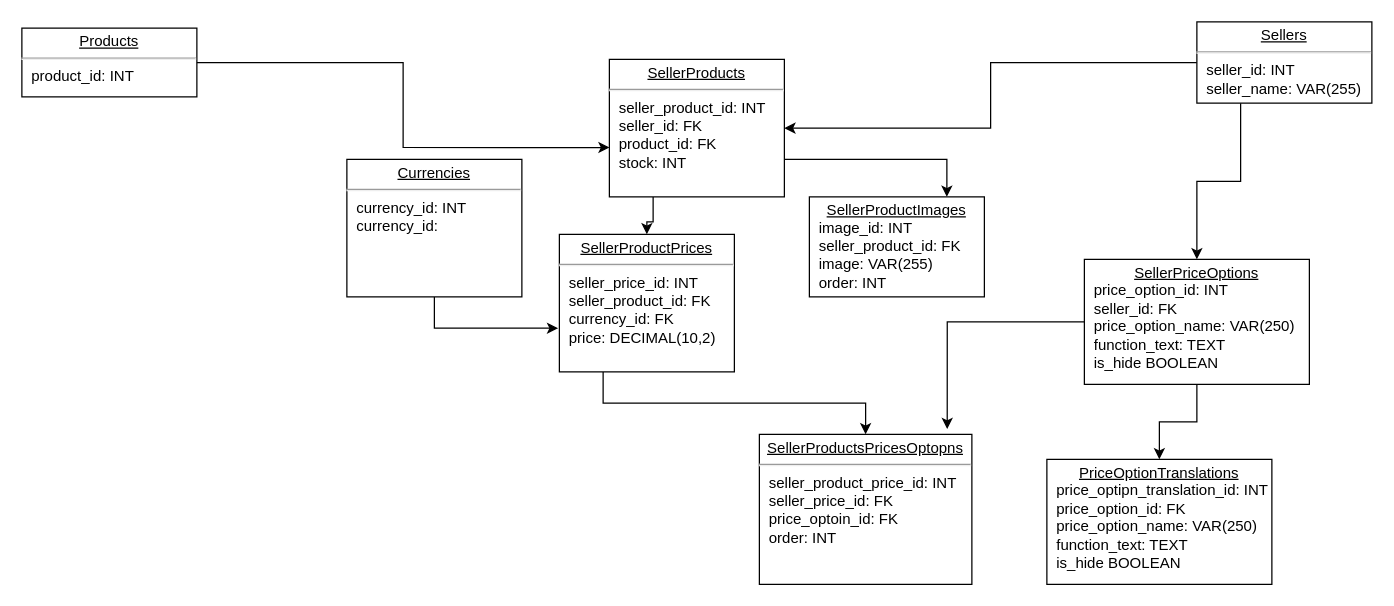
The draw.io diagram Диаграмма без названия.drawio in vinter-man/db_draw_io, before the edit. Source tidied: cells renumbered, new cells numbered last; positions are measured from the earlier drawing's top-left corner, leaving out a move shared by most shapes. Both pictures are drawn from the tidied source at 125%, with x=0, y=0 at pixel (21, 21).
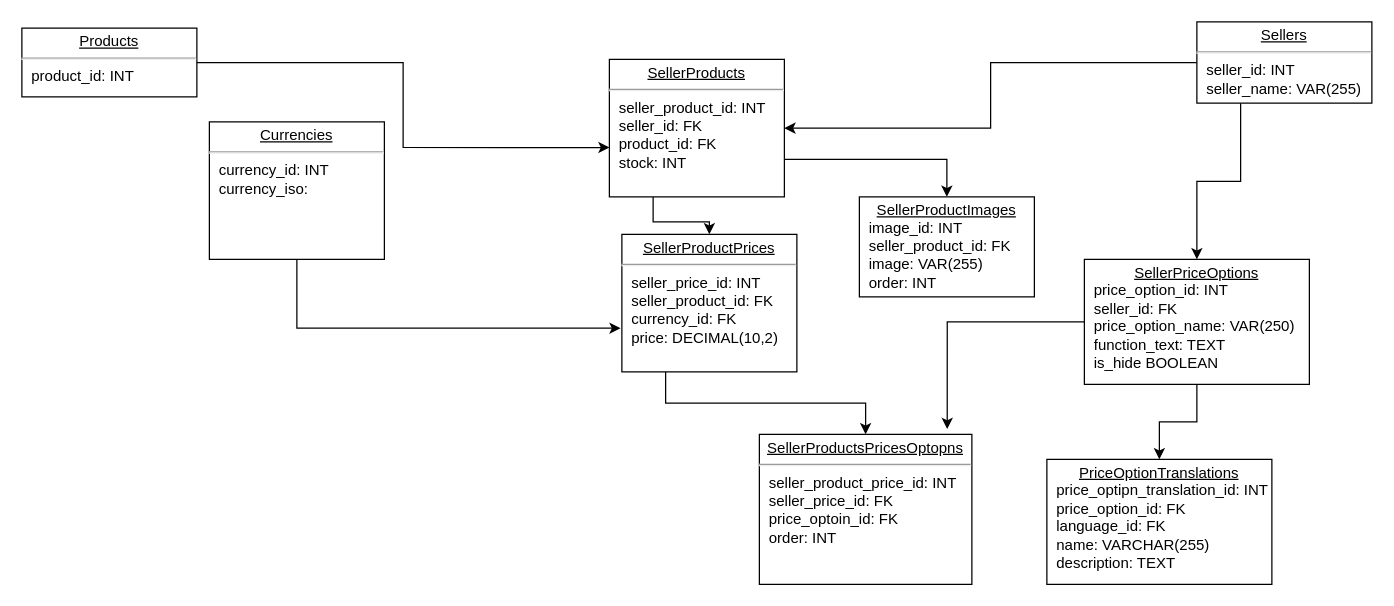
The same diagram, later.

Commit message:
price options

Change to the diagram source:
```diff
@@
     <mxCell id="9" value="&lt;p style=&quot;margin: 0px ; margin-top: 4px ; text-align: center ; text-decoration: underline&quot;&gt;SellerProductImages&lt;/p&gt;&lt;p style=&quot;margin: 0px ; margin-left: 8px&quot;&gt;image_id: INT&lt;/p&gt;&lt;p style=&quot;margin: 0px ; margin-left: 8px&quot;&gt;seller_product_id: FK&lt;/p&gt;&lt;p style=&quot;margin: 0px ; margin-left: 8px&quot;&gt;image: VAR(255)&lt;/p&gt;&lt;p style=&quot;margin: 0px ; margin-left: 8px&quot;&gt;order: INT&lt;br&gt;&lt;/p&gt;&lt;p style=&quot;margin: 0px ; margin-left: 8px&quot;&gt;&lt;br&gt;&lt;/p&gt;" style="verticalAlign=top;align=left;overflow=fill;fontSize=12;fontFamily=Helvetica;html=1;rounded=0;shadow=0;comic=0;labelBackgroundColor=none;strokeWidth=1;" parent="1" vertex="1">
-      <mxGeometry x="630" y="140" width="140" height="80" as="geometry" />
+      <mxGeometry x="670" y="140" width="140" height="80" as="geometry" />
     </mxCell>
@@
-    <mxCell id="12" value="&lt;p style=&quot;margin: 0px ; margin-top: 4px ; text-align: center ; text-decoration: underline&quot;&gt;PriceOptionTranslations&lt;/p&gt;&lt;p style=&quot;margin: 0px ; margin-left: 8px&quot;&gt;price_optipn_translation_id: INT&lt;/p&gt;&lt;p style=&quot;margin: 0px ; margin-left: 8px&quot;&gt;price_option_id: FK&lt;/p&gt;&lt;p style=&quot;margin: 0px ; margin-left: 8px&quot;&gt;price_option_name: VAR(250)&lt;/p&gt;&lt;p style=&quot;margin: 0px ; margin-left: 8px&quot;&gt;function_text: TEXT&lt;br&gt;&lt;/p&gt;&lt;p style=&quot;margin: 0px ; margin-left: 8px&quot;&gt;is_hide BOOLEAN&lt;br&gt;&lt;/p&gt;&lt;p style=&quot;margin: 0px ; margin-left: 8px&quot;&gt;&lt;span style=&quot;font-family: &amp;quot;Helvetica Neue&amp;quot;; font-size: 13px;&quot;&gt;&amp;nbsp;&lt;/span&gt;&lt;/p&gt;&lt;p style=&quot;margin: 0px ; margin-left: 8px&quot;&gt;&lt;br&gt;&lt;/p&gt;&lt;p style=&quot;margin: 0px ; margin-left: 8px&quot;&gt;&lt;br&gt;&lt;/p&gt;" style="verticalAlign=top;align=left;overflow=fill;fontSize=12;fontFamily=Helvetica;html=1;rounded=0;shadow=0;comic=0;labelBackgroundColor=none;strokeWidth=1;" parent="1" vertex="1">
+    <mxCell id="12" value="&lt;p style=&quot;margin: 0px ; margin-top: 4px ; text-align: center ; text-decoration: underline&quot;&gt;PriceOptionTranslations&lt;/p&gt;&lt;p style=&quot;margin: 0px ; margin-left: 8px&quot;&gt;price_optipn_translation_id: INT&lt;/p&gt;&lt;p style=&quot;margin: 0px ; margin-left: 8px&quot;&gt;price_option_id: FK&lt;/p&gt;&lt;p style=&quot;margin: 0px ; margin-left: 8px&quot;&gt;language_id: FK&lt;/p&gt;&lt;p style=&quot;margin: 0px ; margin-left: 8px&quot;&gt;name: VARCHAR(255)&lt;br&gt;&lt;/p&gt;&lt;p style=&quot;margin: 0px ; margin-left: 8px&quot;&gt;description: TEXT&lt;br&gt;&lt;/p&gt;&lt;p style=&quot;margin: 0px ; margin-left: 8px&quot;&gt;&lt;span style=&quot;font-family: &amp;quot;Helvetica Neue&amp;quot;; font-size: 13px;&quot;&gt;&amp;nbsp;&lt;/span&gt;&lt;/p&gt;&lt;p style=&quot;margin: 0px ; margin-left: 8px&quot;&gt;&lt;br&gt;&lt;/p&gt;&lt;p style=&quot;margin: 0px ; margin-left: 8px&quot;&gt;&lt;br&gt;&lt;/p&gt;" style="verticalAlign=top;align=left;overflow=fill;fontSize=12;fontFamily=Helvetica;html=1;rounded=0;shadow=0;comic=0;labelBackgroundColor=none;strokeWidth=1;" parent="1" vertex="1">
       <mxGeometry x="820" y="350" width="180" height="100" as="geometry" />
     </mxCell>
@@
     <mxCell id="15" value="&lt;p style=&quot;margin: 0px ; margin-top: 4px ; text-align: center ; text-decoration: underline&quot;&gt;SellerProductPrices&lt;/p&gt;&lt;hr&gt;&lt;p style=&quot;margin: 0px ; margin-left: 8px&quot;&gt;seller_price_id: INT&lt;/p&gt;&lt;p style=&quot;margin: 0px ; margin-left: 8px&quot;&gt;seller_product_id: FK&lt;/p&gt;&lt;p style=&quot;margin: 0px ; margin-left: 8px&quot;&gt;currency_id: FK&lt;/p&gt;&lt;p style=&quot;margin: 0px ; margin-left: 8px&quot;&gt;price: DECIMAL(10,2)&lt;br&gt;&lt;/p&gt;&lt;p style=&quot;margin: 0px ; margin-left: 8px&quot;&gt;&lt;br&gt;&lt;/p&gt;" style="verticalAlign=top;align=left;overflow=fill;fontSize=12;fontFamily=Helvetica;html=1;rounded=0;shadow=0;comic=0;labelBackgroundColor=none;strokeWidth=1;" parent="1" vertex="1">
-      <mxGeometry x="430" y="170" width="140" height="110" as="geometry" />
+      <mxGeometry x="480" y="170" width="140" height="110" as="geometry" />
     </mxCell>
-    <mxCell id="16" value="&lt;p style=&quot;margin: 0px ; margin-top: 4px ; text-align: center ; text-decoration: underline&quot;&gt;Currencies&lt;/p&gt;&lt;hr&gt;&lt;p style=&quot;margin: 0px ; margin-left: 8px&quot;&gt;currency_id: INT&lt;/p&gt;&lt;p style=&quot;margin: 0px ; margin-left: 8px&quot;&gt;currency_id:&amp;nbsp;&lt;/p&gt;&lt;p style=&quot;margin: 0px ; margin-left: 8px&quot;&gt;&lt;br&gt;&lt;/p&gt;" style="verticalAlign=top;align=left;overflow=fill;fontSize=12;fontFamily=Helvetica;html=1;rounded=0;shadow=0;comic=0;labelBackgroundColor=none;strokeWidth=1;" parent="1" vertex="1">
-      <mxGeometry x="260" y="110" width="140" height="110" as="geometry" />
+    <mxCell id="16" value="&lt;p style=&quot;margin: 0px ; margin-top: 4px ; text-align: center ; text-decoration: underline&quot;&gt;Currencies&lt;/p&gt;&lt;hr&gt;&lt;p style=&quot;margin: 0px ; margin-left: 8px&quot;&gt;currency_id: INT&lt;/p&gt;&lt;p style=&quot;margin: 0px ; margin-left: 8px&quot;&gt;currency_iso:&amp;nbsp;&lt;/p&gt;&lt;p style=&quot;margin: 0px ; margin-left: 8px&quot;&gt;&lt;br&gt;&lt;/p&gt;" style="verticalAlign=top;align=left;overflow=fill;fontSize=12;fontFamily=Helvetica;html=1;rounded=0;shadow=0;comic=0;labelBackgroundColor=none;strokeWidth=1;" parent="1" vertex="1">
+      <mxGeometry x="150" y="80" width="140" height="110" as="geometry" />
     </mxCell>
```
